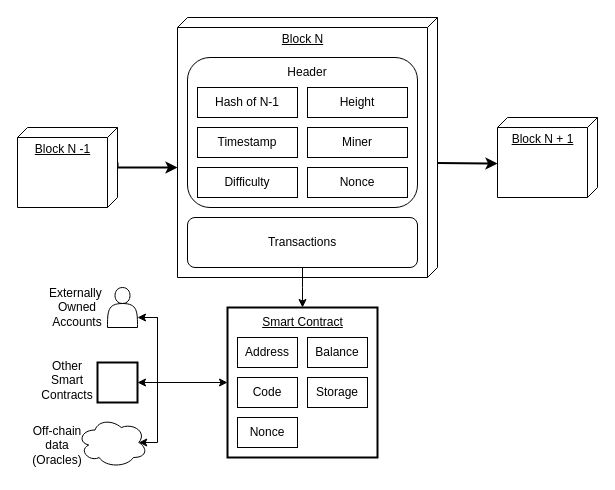
Before: figures/drawio_files/block.drawio in mchara01/centaur, a draw.io diagram. Source tidied: cells renumbered, new cells numbered last; positions are measured from the earlier drawing's top-left corner, leaving out a move shared by most shapes. Both pictures are drawn from the tidied source at 100%, with x=0, y=0 at pixel (17, 17).
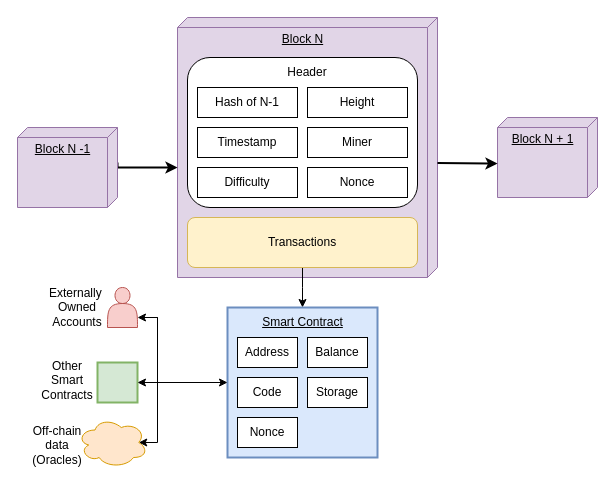
The same diagram, later.

The edit, as a diff of the source:
```diff
@@
-    <mxCell id="2" value="Block N" style="verticalAlign=top;align=center;spacingTop=8;spacingLeft=2;spacingRight=12;shape=cube;size=10;direction=south;fontStyle=4;html=1;" parent="1" vertex="1">
+    <mxCell id="2" value="Block N" style="verticalAlign=top;align=center;spacingTop=8;spacingLeft=2;spacingRight=12;shape=cube;size=10;direction=south;fontStyle=4;html=1;fillColor=#e1d5e7;strokeColor=#9673a6;fillStyle=auto;" parent="1" vertex="1">
       <mxGeometry x="160" width="260" height="260" as="geometry" />
     </mxCell>
-    <mxCell id="3" style="rounded=1;whiteSpace=wrap;html=1;fillColor=none;" parent="1" vertex="1">
+    <mxCell id="3" style="rounded=1;whiteSpace=wrap;html=1;" parent="1" vertex="1">
       <mxGeometry x="170" y="40" width="230" height="150" as="geometry" />
     </mxCell>
@@
-    <mxCell id="5" value="Block N -1" style="verticalAlign=top;align=center;spacingTop=8;spacingLeft=2;spacingRight=12;shape=cube;size=10;direction=south;fontStyle=4;html=1;" parent="1" vertex="1">
+    <mxCell id="5" value="Block N -1" style="verticalAlign=top;align=center;spacingTop=8;spacingLeft=2;spacingRight=12;shape=cube;size=10;direction=south;fontStyle=4;html=1;fillColor=#e1d5e7;strokeColor=#9673a6;" parent="1" vertex="1">
       <mxGeometry y="110" width="100" height="80" as="geometry" />
     </mxCell>
-    <mxCell id="6" value="Block N + 1" style="verticalAlign=top;align=center;spacingTop=8;spacingLeft=2;spacingRight=12;shape=cube;size=10;direction=south;fontStyle=4;html=1;" parent="1" vertex="1">
+    <mxCell id="6" value="Block N + 1" style="verticalAlign=top;align=center;spacingTop=8;spacingLeft=2;spacingRight=12;shape=cube;size=10;direction=south;fontStyle=4;html=1;fillColor=#e1d5e7;strokeColor=#9673a6;" parent="1" vertex="1">
       <mxGeometry x="480" y="100" width="100" height="80" as="geometry" />
     </mxCell>
@@
-    <mxCell id="14" value="Transactions" style="rounded=1;whiteSpace=wrap;html=1;" parent="1" vertex="1">
+    <mxCell id="14" value="Transactions" style="rounded=1;whiteSpace=wrap;html=1;fillColor=#fff2cc;strokeColor=#d6b656;" parent="1" vertex="1">
       <mxGeometry x="170" y="200" width="230" height="50" as="geometry" />
     </mxCell>
-    <mxCell id="15" style="whiteSpace=wrap;html=1;strokeWidth=2;" parent="1" vertex="1">
+    <mxCell id="15" style="whiteSpace=wrap;html=1;strokeWidth=2;fillColor=#dae8fc;strokeColor=#6c8ebf;" parent="1" vertex="1">
       <mxGeometry x="210" y="290" width="150" height="150" as="geometry" />
     </mxCell>
@@
-    <mxCell id="23" style="shape=actor;whiteSpace=wrap;html=1;strokeWidth=1;" parent="1" vertex="1">
+    <mxCell id="23" style="shape=actor;whiteSpace=wrap;html=1;strokeWidth=1;fillColor=#f8cecc;strokeColor=#b85450;" parent="1" vertex="1">
       <mxGeometry x="90" y="270" width="30" height="40" as="geometry" />
     </mxCell>
@@
-    <mxCell id="25" style="whiteSpace=wrap;html=1;strokeWidth=2;" parent="1" vertex="1">
+    <mxCell id="25" style="whiteSpace=wrap;html=1;strokeWidth=2;fillColor=#d5e8d4;strokeColor=#82b366;" parent="1" vertex="1">
       <mxGeometry x="80" y="345" width="40" height="40" as="geometry" />
     </mxCell>
@@
-    <mxCell id="29" style="ellipse;shape=cloud;whiteSpace=wrap;html=1;strokeWidth=1;" parent="1" vertex="1">
+    <mxCell id="29" style="ellipse;shape=cloud;whiteSpace=wrap;html=1;strokeWidth=1;fillColor=#ffe6cc;strokeColor=#d79b00;" parent="1" vertex="1">
       <mxGeometry x="60" y="400" width="70" height="50" as="geometry" />
     </mxCell>
```
